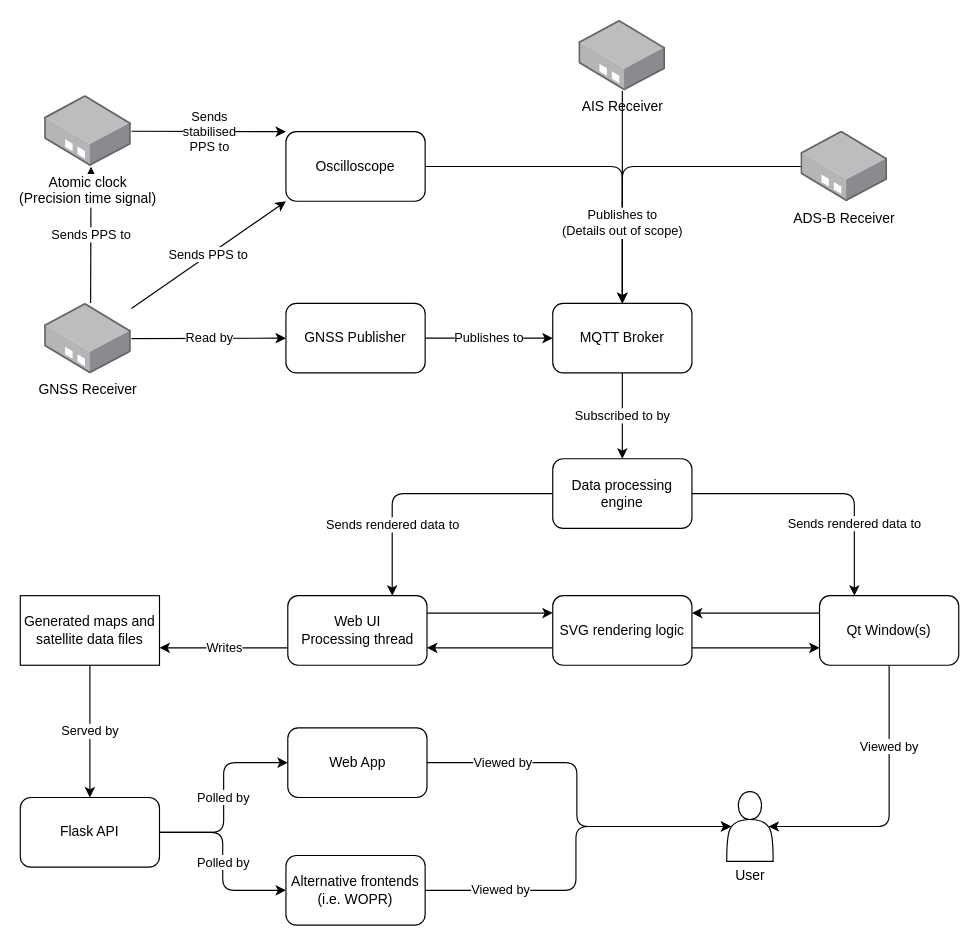
Above: docs/dataflow.drawio in autumn-mck/gnss-war-room (draw.io), before the change. Source tidied: cells renumbered, new cells numbered last; positions are measured from the earlier drawing's top-left corner, leaving out a move shared by most shapes. Both pictures are drawn from the tidied source at 116%, with x=0, y=0 at pixel (20, 20).
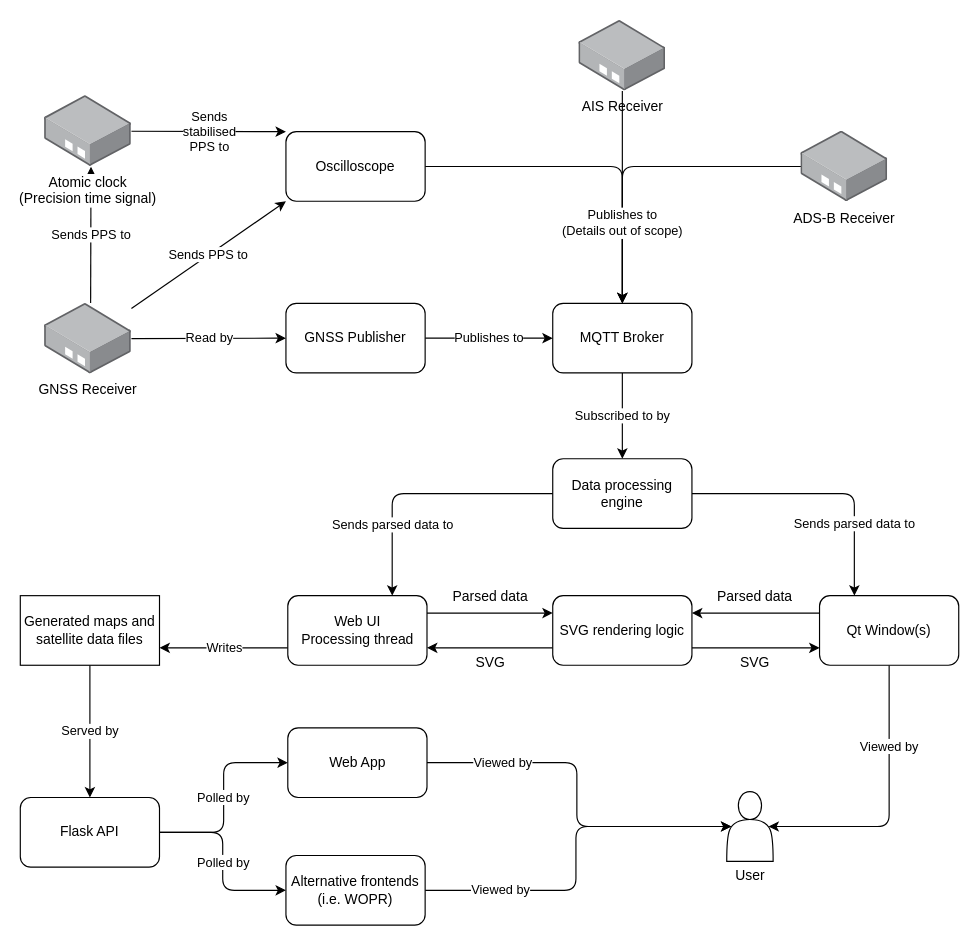
Above is the later version.

Commit message (it also covers changes not shown here):
amend data flow diagram (data is parsed, not rendered)

Unchanged cells that the change refers to:
```xml
<mxCell id="9" value="Web UI&lt;br&gt;Processing thread" style="rounded=1;whiteSpace=wrap;html=1;" parent="1" vertex="1">
  <mxGeometry x="230.6" y="496" width="120" height="60" as="geometry" />
</mxCell>
<mxCell id="28" value="Qt Window(s)" style="whiteSpace=wrap;html=1;rounded=1;" parent="1" vertex="1">
  <mxGeometry x="689" y="496" width="120" height="60" as="geometry" />
</mxCell>
<mxCell id="37" value="Data processing engine" style="rounded=1;whiteSpace=wrap;html=1;" parent="1" vertex="1">
  <mxGeometry x="459" y="378" width="120" height="60" as="geometry" />
</mxCell>
```

What changed in the source:
```diff
@@
-    <mxCell id="18" value="Sends rendered data to" style="edgeStyle=orthogonalEdgeStyle;html=1;exitX=1;exitY=0.5;exitDx=0;exitDy=0;entryX=0.25;entryY=0;entryDx=0;entryDy=0;" parent="1" edge="1" source="37" target="28">
+    <mxCell id="18" value="Sends parsed data to" style="edgeStyle=orthogonalEdgeStyle;html=1;exitX=1;exitY=0.5;exitDx=0;exitDy=0;entryX=0.25;entryY=0;entryDx=0;entryDy=0;" parent="1" edge="1" source="37" target="28">
       <mxGeometry x="0.46" relative="1" as="geometry" />
     </mxCell>
@@
-    <mxCell id="38" value="Sends rendered data to" style="edgeStyle=orthogonalEdgeStyle;html=1;exitX=0;exitY=0.5;exitDx=0;exitDy=0;entryX=0.75;entryY=0;entryDx=0;entryDy=0;" parent="1" edge="1" source="37" target="9">
+    <mxCell id="38" value="Sends parsed&amp;nbsp;data to" style="edgeStyle=orthogonalEdgeStyle;html=1;exitX=0;exitY=0.5;exitDx=0;exitDy=0;entryX=0.75;entryY=0;entryDx=0;entryDy=0;" parent="1" edge="1" source="37" target="9">
       <mxGeometry x="0.46" relative="1" as="geometry" />
     </mxCell>
@@
+    <mxCell id="41" value="SVG" style="text;html=1;align=center;verticalAlign=middle;strokeColor=none;fillColor=none;" parent="1" vertex="1">
+      <mxGeometry x="612.5" y="541" width="40" height="26" as="geometry" />
+    </mxCell>
+    <mxCell id="42" value="SVG" style="text;html=1;align=center;verticalAlign=middle;strokeColor=none;fillColor=none;" parent="1" vertex="1">
+      <mxGeometry x="385" y="541" width="40" height="26" as="geometry" />
+    </mxCell>
+    <mxCell id="43" value="Parsed data" style="text;html=1;align=center;verticalAlign=middle;strokeColor=none;fillColor=none;" parent="1" vertex="1">
+      <mxGeometry x="584" y="484" width="97" height="26" as="geometry" />
+    </mxCell>
+    <mxCell id="44" value="Parsed data" style="text;html=1;align=center;verticalAlign=middle;strokeColor=none;fillColor=none;" parent="1" vertex="1">
+      <mxGeometry x="356.5" y="484" width="97" height="26" as="geometry" />
+    </mxCell>
```
